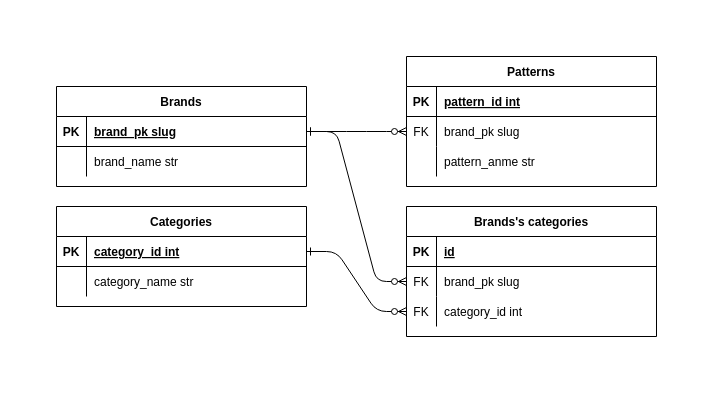
Hekysei/FastAPI_FirstTask keeps this draw.io diagram as DB_for_API.drawio. Above is the earlier version. Source tidied: cells renumbered, new cells numbered last; positions are measured from the earlier drawing's top-left corner, leaving out a move shared by most shapes. Both pictures are drawn from the tidied source at 100%, with x=0, y=0 at pixel (56, 56).
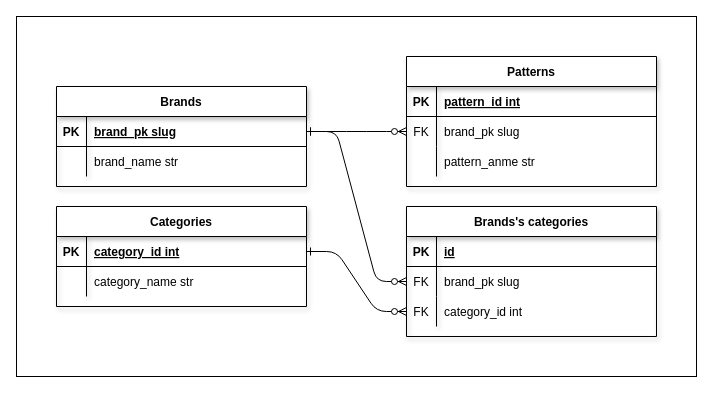
The same page after the edit.

The change refers to these unchanged cells:
```xml
<mxCell id="8" style="shape=partialRectangle;fillColor=none;points=[[0,0.5],[1,0.5]];portConstraint=eastwest;top=0;left=0;right=0;bottom=0;" parent="4" vertex="1">
  <mxGeometry y="60" width="250" height="30" as="geometry" />
</mxCell>
<mxCell id="11" style="shape=partialRectangle;fillColor=none;points=[[0,0.5],[1,0.5]];portConstraint=eastwest;top=0;left=0;right=0;bottom=0;" parent="4" vertex="1">
  <mxGeometry y="90" width="250" height="30" as="geometry" />
</mxCell>
<mxCell id="15" style="shape=partialRectangle;fillColor=none;points=[[0,0.5],[1,0.5]];portConstraint=eastwest;top=0;left=0;right=0;bottom=1;" parent="14" vertex="1">
  <mxGeometry y="30" width="250" height="30" as="geometry" />
</mxCell>
<mxCell id="22" style="shape=partialRectangle;fillColor=none;points=[[0,0.5],[1,0.5]];portConstraint=eastwest;top=0;left=0;right=0;bottom=1;" parent="21" vertex="1">
  <mxGeometry y="30" width="250" height="30" as="geometry" />
</mxCell>
<mxCell id="32" style="shape=partialRectangle;fillColor=none;points=[[0,0.5],[1,0.5]];portConstraint=eastwest;top=0;left=0;right=0;bottom=0;" parent="28" vertex="1">
  <mxGeometry y="60" width="250" height="30" as="geometry" />
</mxCell>
```

Diff of the diagram source:
```diff
@@
+    <mxCell id="39" style="rounded=0;whiteSpace=wrap;html=1;glass=0;shadow=0;" parent="1" vertex="1">
+      <mxGeometry x="-40" y="-40" width="680" height="360" as="geometry" />
+    </mxCell>
     <mxCell id="2" style="edgeStyle=entityRelationEdgeStyle;endArrow=ERzeroToMany;startArrow=ERone;endFill=1;startFill=0;" parent="1" edge="1" source="22" target="8">
       <mxGeometry relative="1" as="geometry">
         <Array as="points">
-          <mxPoint x="350" y="240" />
+          <mxPoint x="360" y="240" />
         </Array>
       </mxGeometry>
     </mxCell>
     <mxCell id="3" style="edgeStyle=entityRelationEdgeStyle;endArrow=ERzeroToMany;startArrow=ERone;endFill=1;startFill=0;" parent="1" edge="1" source="15" target="11">
       <mxGeometry relative="1" as="geometry">
         <Array as="points">
-          <mxPoint x="610" y="370" />
+          <mxPoint x="620" y="370" />
         </Array>
       </mxGeometry>
     </mxCell>
-    <mxCell id="4" value="Brands's categories" style="shape=table;startSize=30;childLayout=tableLayout;rowLines=0;fontStyle=1;align=center;" parent="1" vertex="1">
+    <mxCell id="4" value="Brands's categories" style="shape=table;startSize=30;childLayout=tableLayout;rowLines=0;fontStyle=1;align=center;shadow=1;" parent="1" vertex="1">
       <mxGeometry x="350" y="150" width="250" height="130" as="geometry" />
     </mxCell>
@@
-    <mxCell id="14" value="Categories" style="shape=table;startSize=30;childLayout=tableLayout;rowLines=0;fontStyle=1;align=center;" parent="1" vertex="1">
+    <mxCell id="14" value="Categories" style="shape=table;startSize=30;childLayout=tableLayout;rowLines=0;fontStyle=1;align=center;shadow=1;" parent="1" vertex="1">
       <mxGeometry y="150" width="250" height="100" as="geometry" />
     </mxCell>
@@
-    <mxCell id="21" value="Brands" style="shape=table;startSize=30;childLayout=tableLayout;rowLines=0;fontStyle=1;align=center;" parent="1" vertex="1">
+    <mxCell id="21" value="Brands" style="shape=table;startSize=30;childLayout=tableLayout;rowLines=0;fontStyle=1;align=center;rounded=0;shadow=1;" parent="1" vertex="1">
       <mxGeometry y="30" width="250" height="100" as="geometry" />
     </mxCell>
@@
-    <mxCell id="28" value="Patterns" style="shape=table;startSize=30;childLayout=tableLayout;rowLines=0;fontStyle=1;align=center;" parent="1" vertex="1">
+    <mxCell id="28" value="Patterns" style="shape=table;startSize=30;childLayout=tableLayout;rowLines=0;fontStyle=1;align=center;shadow=1;" parent="1" vertex="1">
       <mxGeometry x="350" width="250" height="130" as="geometry" />
     </mxCell>
@@
     <mxCell id="38" style="edgeStyle=entityRelationEdgeStyle;endArrow=ERzeroToMany;startArrow=ERone;endFill=1;startFill=0;entryX=0;entryY=0.5;entryDx=0;entryDy=0;exitX=1;exitY=0.5;exitDx=0;exitDy=0;" parent="1" edge="1" source="22" target="32">
       <mxGeometry relative="1" as="geometry">
         <Array as="points">
-          <mxPoint x="360" y="250" />
+          <mxPoint x="370" y="250" />
         </Array>
       </mxGeometry>
     </mxCell>
```
